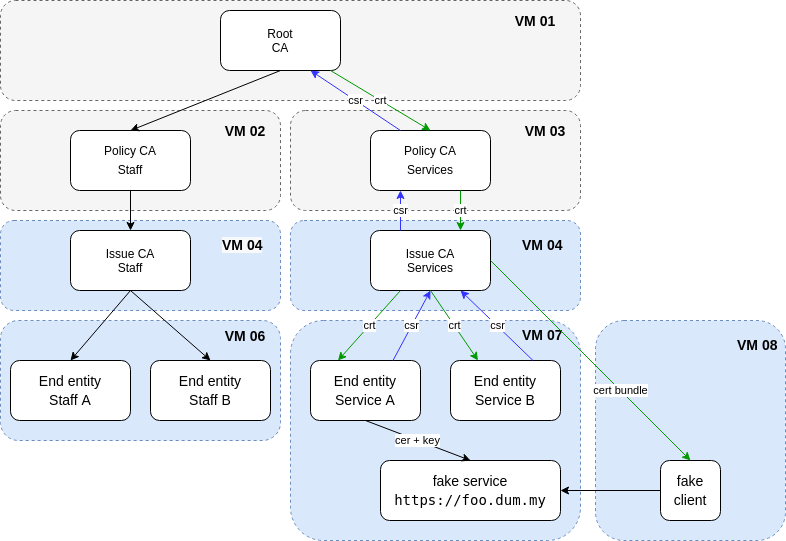
Earlier version of the draw.io export docs/pki-tree-prod.png (OlafRadicke/play_pki_ca_with_ansible). Source tidied: cells renumbered, new cells last; positions are measured from the earlier drawing's top-left corner, leaving out a move shared by most shapes.
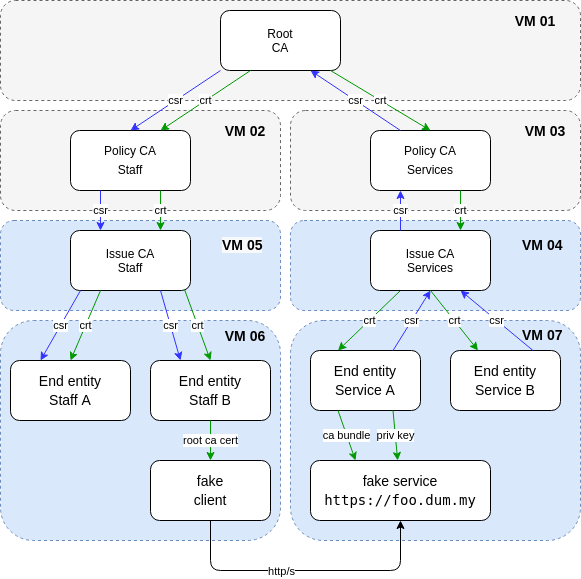
After the change.

The edit, as a diff of the source:
```diff
@@ -2,11 +2,8 @@
   <root>
     <mxCell id="0" />
     <mxCell id="1" parent="0" />
-    <mxCell id="2" style="rounded=1;whiteSpace=wrap;html=1;dashed=1;fillColor=#dae8fc;strokeColor=#6c8ebf;" parent="1" vertex="1">
-      <mxGeometry x="595" y="320" width="190" height="220" as="geometry" />
-    </mxCell>
     <mxCell id="3" style="rounded=1;whiteSpace=wrap;html=1;dashed=1;fillColor=#dae8fc;strokeColor=#6c8ebf;" parent="1" vertex="1">
-      <mxGeometry y="320" width="280" height="120" as="geometry" />
+      <mxGeometry y="320" width="280" height="220" as="geometry" />
     </mxCell>
     <mxCell id="4" style="rounded=1;whiteSpace=wrap;html=1;dashed=1;fillColor=#f5f5f5;strokeColor=#666666;fontColor=#333333;" parent="1" vertex="1">
       <mxGeometry x="290" y="110" width="290" height="100" as="geometry" />
@@ -35,9 +32,6 @@
     <mxCell id="12" value="&lt;div style=&quot;line-height: 19px&quot;&gt;&lt;span style=&quot;background-color: rgb(255 , 255 , 255)&quot;&gt;Policy CA&lt;br&gt;Services&lt;/span&gt;&lt;/div&gt;" style="rounded=1;whiteSpace=wrap;html=1;" parent="1" vertex="1">
       <mxGeometry x="370" y="130" width="120" height="60" as="geometry" />
     </mxCell>
-    <mxCell id="13" style="endArrow=classic;html=1;exitX=0.5;exitY=1;exitDx=0;exitDy=0;entryX=0.5;entryY=0;entryDx=0;entryDy=0;" parent="1" edge="1" source="10" target="11">
-      <mxGeometry relative="1" as="geometry" />
-    </mxCell>
     <mxCell id="14" value="&lt;div style=&quot;font-size: 14px ; line-height: 19px&quot;&gt;&lt;span style=&quot;background-color: rgb(255 , 255 , 255)&quot;&gt;End entity&lt;br&gt;Staff A&lt;/span&gt;&lt;/div&gt;" style="rounded=1;whiteSpace=wrap;html=1;" parent="1" vertex="1">
       <mxGeometry x="10" y="360" width="120" height="60" as="geometry" />
     </mxCell>
@@ -45,17 +39,11 @@
       <mxGeometry x="150" y="360" width="120" height="60" as="geometry" />
     </mxCell>
     <mxCell id="16" value="&lt;div style=&quot;font-size: 14px ; line-height: 19px&quot;&gt;&lt;span style=&quot;background-color: rgb(255 , 255 , 255)&quot;&gt;End entity&lt;br&gt;Service A&lt;/span&gt;&lt;/div&gt;" style="rounded=1;whiteSpace=wrap;html=1;" parent="1" vertex="1">
-      <mxGeometry x="310" y="360" width="110" height="60" as="geometry" />
+      <mxGeometry x="310" y="350" width="110" height="60" as="geometry" />
     </mxCell>
     <mxCell id="17" value="&lt;div style=&quot;font-size: 14px ; line-height: 19px&quot;&gt;&lt;span style=&quot;background-color: rgb(255 , 255 , 255)&quot;&gt;End entity&lt;br&gt;Service B&lt;/span&gt;&lt;/div&gt;" style="rounded=1;whiteSpace=wrap;html=1;" parent="1" vertex="1">
-      <mxGeometry x="450" y="360" width="110" height="60" as="geometry" />
+      <mxGeometry x="450" y="350" width="110" height="60" as="geometry" />
     </mxCell>
-    <mxCell id="18" style="endArrow=classic;html=1;entryX=0.5;entryY=0;entryDx=0;entryDy=0;exitX=0.5;exitY=1;exitDx=0;exitDy=0;" parent="1" edge="1" source="22" target="15">
-      <mxGeometry relative="1" as="geometry" />
-    </mxCell>
-    <mxCell id="19" style="endArrow=classic;html=1;exitX=0.5;exitY=1;exitDx=0;exitDy=0;entryX=0.5;entryY=0;entryDx=0;entryDy=0;" parent="1" edge="1" source="22" target="14">
-      <mxGeometry relative="1" as="geometry" />
-    </mxCell>
     <mxCell id="20" value="crt" style="endArrow=classic;html=1;entryX=0.25;entryY=0;entryDx=0;entryDy=0;exitX=0.25;exitY=1;exitDx=0;exitDy=0;strokeColor=#009900;" parent="1" edge="1" source="21" target="16">
       <mxGeometry relative="1" as="geometry" />
     </mxCell>
@@ -65,15 +53,10 @@
     <mxCell id="22" value="Issue CA&lt;br&gt;Staff" style="rounded=1;whiteSpace=wrap;html=1;" parent="1" vertex="1">
       <mxGeometry x="70" y="230" width="120" height="60" as="geometry" />
     </mxCell>
-    <mxCell id="23" style="endArrow=classic;html=1;exitX=0.5;exitY=1;exitDx=0;exitDy=0;" parent="1" edge="1" source="11">
-      <mxGeometry relative="1" as="geometry">
-        <mxPoint x="130" y="230" as="targetPoint" />
-      </mxGeometry>
-    </mxCell>
     <mxCell id="24" value="&lt;font style=&quot;font-size: 14px&quot;&gt;&lt;b&gt;VM 01&lt;/b&gt;&lt;/font&gt;" style="text;html=1;strokeColor=none;fillColor=none;align=center;verticalAlign=middle;whiteSpace=wrap;rounded=0;dashed=1;" parent="1" vertex="1">
       <mxGeometry x="500" y="10" width="70" height="20" as="geometry" />
     </mxCell>
-    <mxCell id="25" value="&lt;b style=&quot;color: rgb(0 , 0 , 0) ; font-family: &amp;#34;helvetica&amp;#34; ; font-size: 14px ; font-style: normal ; letter-spacing: normal ; text-align: center ; text-indent: 0px ; text-transform: none ; word-spacing: 0px ; background-color: rgb(248 , 249 , 250)&quot;&gt;VM 04&lt;/b&gt;" style="text;whiteSpace=wrap;html=1;" parent="1" vertex="1">
+    <mxCell id="25" value="&lt;b style=&quot;color: rgb(0 , 0 , 0) ; font-family: &amp;#34;helvetica&amp;#34; ; font-size: 14px ; font-style: normal ; letter-spacing: normal ; text-align: center ; text-indent: 0px ; text-transform: none ; word-spacing: 0px ; background-color: rgb(248 , 249 , 250)&quot;&gt;VM 05&lt;/b&gt;" style="text;whiteSpace=wrap;html=1;" parent="1" vertex="1">
       <mxGeometry x="220" y="230" width="70" height="30" as="geometry" />
     </mxCell>
     <mxCell id="26" value="&lt;div style=&quot;text-align: center&quot;&gt;&lt;font face=&quot;helvetica&quot;&gt;&lt;span style=&quot;font-size: 14px&quot;&gt;&lt;b&gt;VM 04&lt;/b&gt;&lt;/span&gt;&lt;/font&gt;&lt;/div&gt;" style="text;whiteSpace=wrap;html=1;" parent="1" vertex="1">
@@ -113,22 +96,59 @@
       <mxGeometry x="210" y="120" width="70" height="20" as="geometry" />
     </mxCell>
     <mxCell id="38" value="&lt;div style=&quot;font-size: 14px ; line-height: 19px&quot;&gt;&lt;span style=&quot;background-color: rgb(255 , 255 , 255)&quot;&gt;fake&amp;nbsp;&lt;/span&gt;&lt;span style=&quot;background-color: rgb(255 , 255 , 255)&quot;&gt;service&lt;/span&gt;&lt;/div&gt;&lt;div style=&quot;font-size: 14px ; line-height: 19px&quot;&gt;&lt;div style=&quot;font-family: &amp;#34;droid sans mono&amp;#34; , monospace , monospace , &amp;#34;droid sans fallback&amp;#34; ; line-height: 19px&quot;&gt;https://foo.dum.my&lt;/div&gt;&lt;/div&gt;" style="rounded=1;whiteSpace=wrap;html=1;" parent="1" vertex="1">
-      <mxGeometry x="380" y="460" width="180" height="60" as="geometry" />
+      <mxGeometry x="310" y="460" width="180" height="60" as="geometry" />
     </mxCell>
-    <mxCell id="39" value="cer + key" style="endArrow=classic;html=1;entryX=0.5;entryY=0;entryDx=0;entryDy=0;exitX=0.5;exitY=1;exitDx=0;exitDy=0;" parent="1" edge="1" source="16" target="38">
-      <mxGeometry relative="1" as="geometry" />
-    </mxCell>
     <mxCell id="40" value="&lt;div style=&quot;font-size: 14px ; line-height: 19px&quot;&gt;&lt;span style=&quot;background-color: rgb(255 , 255 , 255)&quot;&gt;fake&lt;/span&gt;&lt;/div&gt;&lt;div style=&quot;font-size: 14px ; line-height: 19px&quot;&gt;&lt;span style=&quot;background-color: rgb(255 , 255 , 255)&quot;&gt;client&lt;/span&gt;&lt;/div&gt;" style="rounded=1;whiteSpace=wrap;html=1;" parent="1" vertex="1">
-      <mxGeometry x="660" y="460" width="60" height="60" as="geometry" />
+      <mxGeometry x="150" y="460" width="120" height="60" as="geometry" />
     </mxCell>
-    <mxCell id="41" value="&lt;div style=&quot;text-align: center&quot;&gt;&lt;font face=&quot;helvetica&quot;&gt;&lt;span style=&quot;font-size: 14px&quot;&gt;&lt;b&gt;VM 08&lt;/b&gt;&lt;/span&gt;&lt;/font&gt;&lt;/div&gt;" style="text;whiteSpace=wrap;html=1;" parent="1" vertex="1">
-      <mxGeometry x="735" y="330" width="50" height="30" as="geometry" />
-    </mxCell>
+    <mxCell id="44" value="ca bundle" style="endArrow=classic;html=1;entryX=0.25;entryY=0;entryDx=0;entryDy=0;exitX=0.25;exitY=1;exitDx=0;exitDy=0;strokeColor=#009900;" parent="1" edge="1" source="16" target="38">
+      <mxGeometry relative="1" as="geometry" />
+    </mxCell>
+    <mxCell id="45" value="priv key" style="endArrow=classic;html=1;strokeColor=#009900;exitX=0.75;exitY=1;exitDx=0;exitDy=0;" parent="1" edge="1" source="16" target="38">
+      <mxGeometry relative="1" as="geometry" />
+    </mxCell>
+    <mxCell id="46" value="root ca cert" style="endArrow=classic;html=1;entryX=0.5;entryY=0;entryDx=0;entryDy=0;exitX=0.5;exitY=1;exitDx=0;exitDy=0;strokeColor=#009900;" parent="1" edge="1" source="15" target="40">
+      <mxGeometry relative="1" as="geometry" />
+    </mxCell>
+    <mxCell id="47" value="crt" style="endArrow=classic;html=1;entryX=0.75;entryY=0;entryDx=0;entryDy=0;strokeColor=#009900;exitX=0.25;exitY=1;exitDx=0;exitDy=0;" parent="1" edge="1" source="10" target="11">
+      <mxGeometry relative="1" as="geometry" />
+    </mxCell>
+    <mxCell id="48" value="csr" style="endArrow=classic;html=1;entryX=0.5;entryY=0;entryDx=0;entryDy=0;exitX=0;exitY=1;exitDx=0;exitDy=0;strokeColor=#3333FF;" parent="1" edge="1" source="10" target="11">
+      <mxGeometry relative="1" as="geometry" />
+    </mxCell>
+    <mxCell id="49" value="csr" style="endArrow=classic;html=1;entryX=0.25;entryY=0;entryDx=0;entryDy=0;exitX=0.25;exitY=1;exitDx=0;exitDy=0;strokeColor=#3333FF;" parent="1" edge="1" source="11" target="22">
+      <mxGeometry relative="1" as="geometry" />
+    </mxCell>
+    <mxCell id="50" value="crt" style="endArrow=classic;html=1;entryX=0.75;entryY=0;entryDx=0;entryDy=0;strokeColor=#009900;exitX=0.75;exitY=1;exitDx=0;exitDy=0;" parent="1" edge="1" source="11" target="22">
+      <mxGeometry relative="1" as="geometry" />
+    </mxCell>
+    <mxCell id="51" value="crt" style="endArrow=classic;html=1;entryX=0.5;entryY=0;entryDx=0;entryDy=0;strokeColor=#009900;exitX=0.95;exitY=0.983;exitDx=0;exitDy=0;exitPerimeter=0;" parent="1" edge="1" source="22" target="15">
+      <mxGeometry relative="1" as="geometry" />
+    </mxCell>
+    <mxCell id="52" value="crt" style="endArrow=classic;html=1;strokeColor=#009900;exitX=0.25;exitY=1;exitDx=0;exitDy=0;" parent="1" edge="1" source="22">
+      <mxGeometry relative="1" as="geometry">
+        <mxPoint x="70" y="360" as="targetPoint" />
+      </mxGeometry>
+    </mxCell>
+    <mxCell id="53" value="csr" style="endArrow=classic;html=1;entryX=0.25;entryY=0;entryDx=0;entryDy=0;strokeColor=#3333FF;" parent="1" edge="1" target="14">
+      <mxGeometry relative="1" as="geometry">
+        <mxPoint x="80" y="290" as="sourcePoint" />
+      </mxGeometry>
+    </mxCell>
+    <mxCell id="54" value="csr" style="endArrow=classic;html=1;entryX=0.25;entryY=0;entryDx=0;entryDy=0;exitX=0.75;exitY=1;exitDx=0;exitDy=0;strokeColor=#3333FF;" parent="1" edge="1" source="22" target="15">
+      <mxGeometry relative="1" as="geometry" />
+    </mxCell>
-    <mxCell id="42" style="endArrow=classic;html=1;entryX=1;entryY=0.5;entryDx=0;entryDy=0;exitX=0;exitY=0.5;exitDx=0;exitDy=0;" parent="1" edge="1" source="40" target="38">
-      <mxGeometry relative="1" as="geometry" />
+    <mxCell id="42" style="edgeStyle=elbowEdgeStyle;elbow=vertical;endArrow=classic;html=1;exitX=0.5;exitY=1;exitDx=0;exitDy=0;entryX=0.5;entryY=1;entryDx=0;entryDy=0;" parent="1" edge="1" source="40" target="38">
+      <mxGeometry relative="1" as="geometry">
+        <Array as="points">
+          <mxPoint x="305" y="570" />
+        </Array>
+      </mxGeometry>
     </mxCell>
-    <mxCell id="43" value="cert bundle" style="endArrow=classic;html=1;strokeColor=#009900;exitX=1;exitY=0.5;exitDx=0;exitDy=0;entryX=0.5;entryY=0;entryDx=0;entryDy=0;" parent="1" edge="1" source="21" target="40">
-      <mxGeometry x="0.3" relative="1" as="geometry" />
-    </mxCell>
+    <mxCell id="55" value="http/s" style="edgeLabel;html=1;align=center;verticalAlign=middle;" parent="42" vertex="1">
+      <mxGeometry x="0.14" relative="1" as="geometry">
+        <mxPoint x="-45" as="offset" />
+      </mxGeometry>
+    </mxCell>
   </root>
 </mxGraphModel>
```
